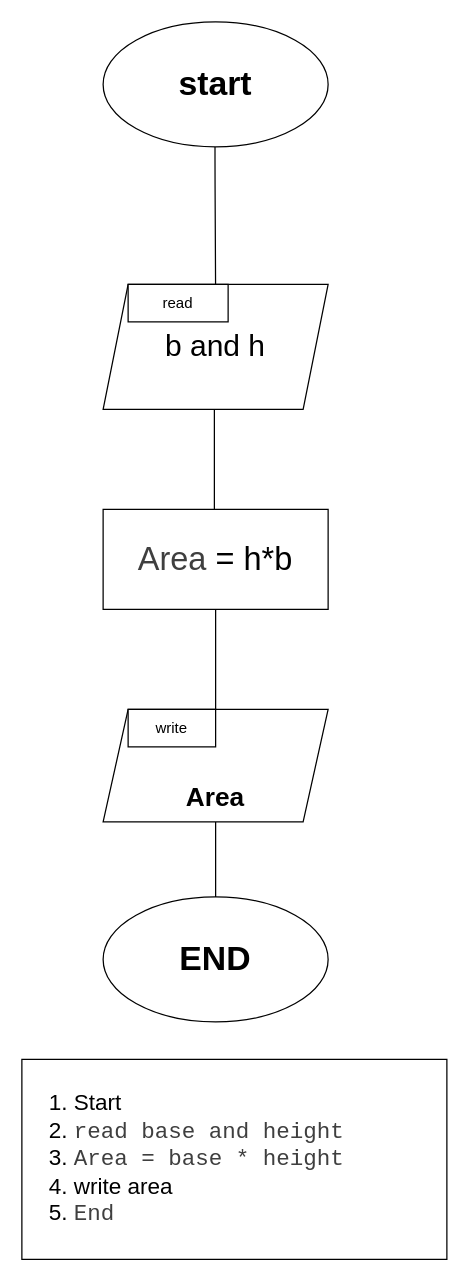
Above: 02_parallelogran_area/AreaOfParallelogram.drawio in Amr-Hendawy/jaya-software-engineer-course (draw.io), before the change. Source tidied: cells renumbered, new cells numbered last; positions are measured from the earlier drawing's top-left corner, leaving out a move shared by most shapes. Both pictures are drawn from the tidied source at 125%, with x=0, y=0 at pixel (21, 21).
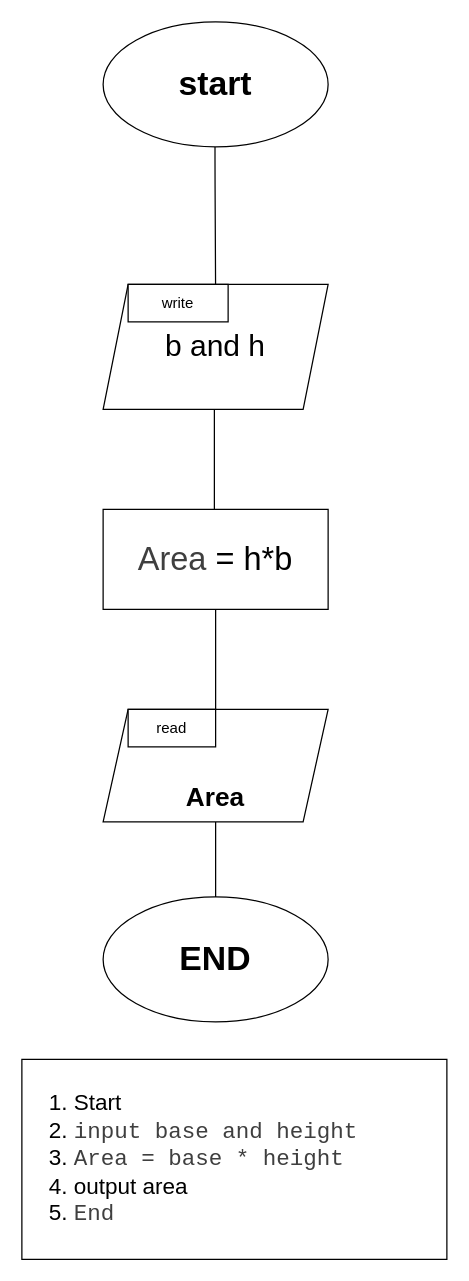
After the change.

Commit message (it also covers changes not shown here):
Area of a Parallelogram and Area of a Trapezoid

Algorithm + Flowchart + Code

The edit, as a diff of the source:
```diff
@@
 <mxGraphModel>
   <root>
     <mxCell id="0" />
     <mxCell id="1" parent="0" />
     <mxCell id="2" value="&lt;b&gt;&lt;font style=&quot;font-size: 27px;&quot;&gt;start&lt;/font&gt;&lt;/b&gt;" style="ellipse;whiteSpace=wrap;html=1;shapeInside=1;" parent="1" vertex="1">
       <mxGeometry x="65" width="180" height="100" as="geometry" />
     </mxCell>
     <mxCell id="3" style="endArrow=classic;html=1;" parent="1" edge="1">
       <mxGeometry x="-0.5" relative="1" as="geometry">
         <mxPoint x="154.5" y="100" as="sourcePoint" />
         <mxPoint x="155" y="220" as="targetPoint" />
         <Array as="points">
           <mxPoint x="154.5" y="120" />
         </Array>
       </mxGeometry>
     </mxCell>
     <mxCell id="4" value="&lt;font style=&quot;font-size: 24px;&quot;&gt;b and h&lt;/font&gt;" style="shape=parallelogram;perimeter=parallelogramPerimeter;whiteSpace=wrap;html=1;shapeInside=1;fixedSize=1;" parent="1" vertex="1">
       <mxGeometry x="65" y="210" width="180" height="100" as="geometry" />
     </mxCell>
-    <mxCell id="5" value="read" style="rounded=0;whiteSpace=wrap;html=1;" parent="1" vertex="1">
+    <mxCell id="5" value="write" style="rounded=0;whiteSpace=wrap;html=1;" parent="1" vertex="1">
       <mxGeometry x="85" y="210" width="80" height="30" as="geometry" />
     </mxCell>
     <mxCell id="6" style="endArrow=none;html=1;" parent="1" edge="1">
       <mxGeometry relative="1" as="geometry">
         <mxPoint x="154" y="390" as="sourcePoint" />
         <mxPoint x="154" y="310" as="targetPoint" />
       </mxGeometry>
     </mxCell>
     <mxCell id="7" value="&lt;font style=&quot;font-size: 26px;&quot;&gt;&lt;span style=&quot;color: rgb(63, 63, 63);&quot;&gt;Area &lt;/span&gt;= h*b&lt;/font&gt;" style="rounded=0;whiteSpace=wrap;html=1;" parent="1" vertex="1">
       <mxGeometry x="65" y="390" width="180" height="80" as="geometry" />
     </mxCell>
     <mxCell id="8" style="endArrow=none;html=1;" parent="1" edge="1">
       <mxGeometry relative="1" as="geometry">
         <mxPoint x="155" y="560" as="sourcePoint" />
         <mxPoint x="155" y="470" as="targetPoint" />
       </mxGeometry>
     </mxCell>
     <mxCell id="9" value="&lt;b&gt;&lt;font style=&quot;font-size: 27px;&quot;&gt;END&lt;/font&gt;&lt;/b&gt;" style="ellipse;whiteSpace=wrap;html=1;shapeInside=1;" parent="1" vertex="1">
       <mxGeometry x="65" y="700" width="180" height="100" as="geometry" />
     </mxCell>
-    <mxCell id="10" value="&lt;ol&gt;&lt;li&gt;Start&lt;span class=&quot;x1lliihq x13yhu5o xboafo0&quot;&gt;&lt;/span&gt;&lt;/li&gt;&lt;li&gt;&lt;span style=&quot;background-color: rgba(255, 255, 255, 0.1); color: rgb(63, 63, 63); font-family: monospace;&quot;&gt;read base and height&amp;nbsp;&lt;/span&gt;&lt;/li&gt;&lt;li&gt;&lt;span style=&quot;background-color: rgba(255, 255, 255, 0.1); color: rgb(63, 63, 63); font-family: monospace;&quot;&gt;Area = base * height&lt;/span&gt;&lt;/li&gt;&lt;li&gt;write area&lt;/li&gt;&lt;li&gt;&lt;span style=&quot;background-color: rgba(255, 255, 255, 0.1); color: rgb(63, 63, 63); font-family: monospace;&quot;&gt;End&amp;nbsp;&lt;/span&gt;&lt;/li&gt;&lt;/ol&gt;" style="rounded=0;whiteSpace=wrap;html=1;align=left;fontSize=18;" parent="1" vertex="1">
+    <mxCell id="10" value="&lt;ol&gt;&lt;li&gt;Start&lt;span class=&quot;x1lliihq x13yhu5o xboafo0&quot;&gt;&lt;/span&gt;&lt;/li&gt;&lt;li&gt;&lt;span style=&quot;background-color: rgba(255, 255, 255, 0.1); color: rgb(63, 63, 63); font-family: monospace;&quot;&gt;input base and height&amp;nbsp;&lt;/span&gt;&lt;/li&gt;&lt;li&gt;&lt;span style=&quot;background-color: rgba(255, 255, 255, 0.1); color: rgb(63, 63, 63); font-family: monospace;&quot;&gt;Area = base * height&lt;/span&gt;&lt;/li&gt;&lt;li&gt;output area&lt;/li&gt;&lt;li&gt;&lt;span style=&quot;background-color: rgba(255, 255, 255, 0.1); color: rgb(63, 63, 63); font-family: monospace;&quot;&gt;End&amp;nbsp;&lt;/span&gt;&lt;/li&gt;&lt;/ol&gt;" style="rounded=0;whiteSpace=wrap;html=1;align=left;fontSize=18;" parent="1" vertex="1">
       <mxGeometry y="830" width="340" height="160" as="geometry" />
     </mxCell>
     <mxCell id="11" value="&lt;b&gt;&lt;font style=&quot;font-size: 21px;&quot;&gt;&lt;br&gt;&lt;br&gt;Area&lt;/font&gt;&lt;/b&gt;" style="shape=parallelogram;perimeter=parallelogramPerimeter;whiteSpace=wrap;html=1;shapeInside=1;fixedSize=1;" parent="1" vertex="1">
       <mxGeometry x="65" y="550" width="180" height="90" as="geometry" />
     </mxCell>
     <mxCell id="12" style="endArrow=none;html=1;exitX=0.5;exitY=0;exitDx=0;exitDy=0;entryX=0.5;entryY=1;entryDx=0;entryDy=0;" parent="1" edge="1" source="9" target="11">
       <mxGeometry relative="1" as="geometry" />
     </mxCell>
-    <mxCell id="13" value="write" style="rounded=0;whiteSpace=wrap;html=1;" parent="1" vertex="1">
+    <mxCell id="13" value="read" style="rounded=0;whiteSpace=wrap;html=1;" parent="1" vertex="1">
       <mxGeometry x="85" y="550" width="70" height="30" as="geometry" />
     </mxCell>
   </root>
 </mxGraphModel>
```
